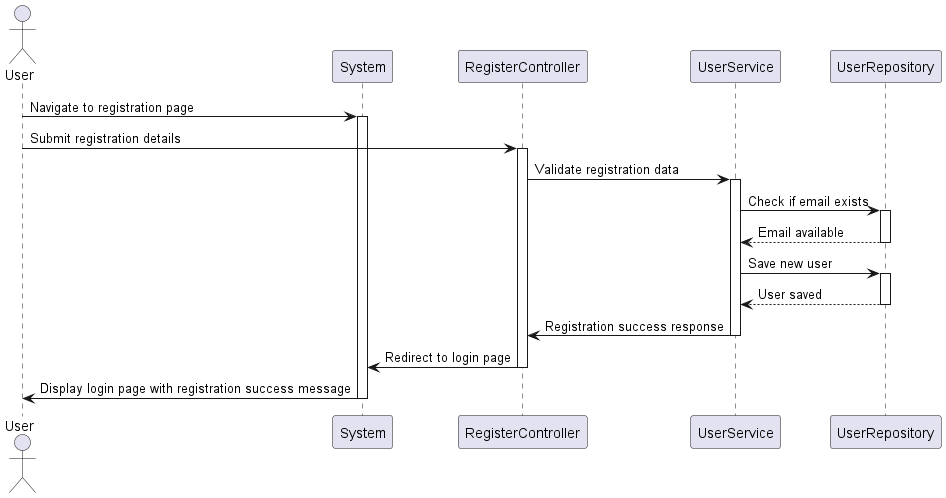
This is diagrammes/diagrammes de séquences/register_séquence.png from Waarrez/Blog-PHP-Projet-Openclassrooms, a PlantUML export, as it was before one commit. The source it was exported from:
```plantuml
@startuml

actor User as User
participant "System" as System
participant RegisterController as Controller
participant UserService as UserService
participant UserRepository as UserRepo

User -> System: Navigate to registration page
activate System

User -> Controller: Submit registration details
activate Controller

Controller -> UserService: Validate registration data
activate UserService

UserService -> UserRepo: Check if email exists
activate UserRepo
UserRepo --> UserService: Email available
deactivate UserRepo

UserService -> UserRepo: Save new user
activate UserRepo
UserRepo --> UserService: User saved
deactivate UserRepo

UserService -> Controller: Registration success response
deactivate UserService

Controller -> System: Redirect to login page
deactivate Controller

System -> User: Display login page with registration success message

deactivate System
@enduml
```
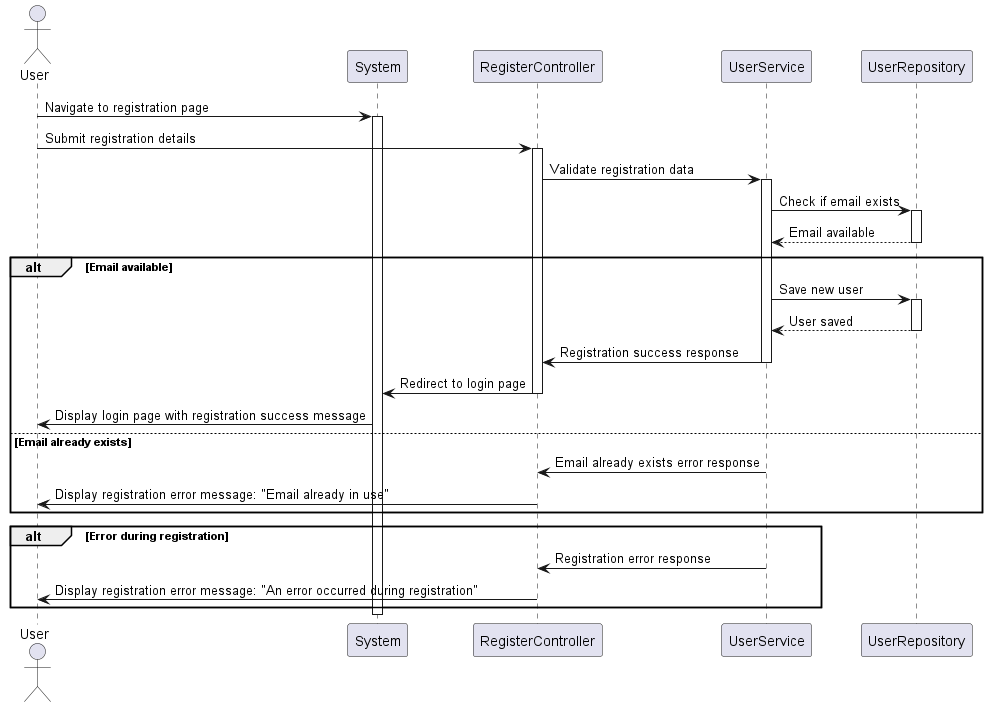
Above is the later version.

Change to the diagram source:
```diff
@@ -20,18 +20,32 @@
 UserRepo --> UserService: Email available
 deactivate UserRepo
 
-UserService -> UserRepo: Save new user
-activate UserRepo
-UserRepo --> UserService: User saved
-deactivate UserRepo
+alt Email available
+    UserService -> UserRepo: Save new user
+    activate UserRepo
+    UserRepo --> UserService: User saved
+    deactivate UserRepo
 
-UserService -> Controller: Registration success response
-deactivate UserService
+    UserService -> Controller: Registration success response
+    deactivate UserService
 
-Controller -> System: Redirect to login page
-deactivate Controller
+    Controller -> System: Redirect to login page
+    deactivate Controller
 
-System -> User: Display login page with registration success message
+    System -> User: Display login page with registration success message
+else Email already exists
+    UserService -> Controller: Email already exists error response
+    deactivate UserService
+
+    Controller -> User: Display registration error message: "Email already in use"
+end
+
+alt Error during registration
+    UserService -> Controller: Registration error response
+    deactivate UserService
+
+    Controller -> User: Display registration error message: "An error occurred during registration"
+end
 
 deactivate System
 @enduml
```
